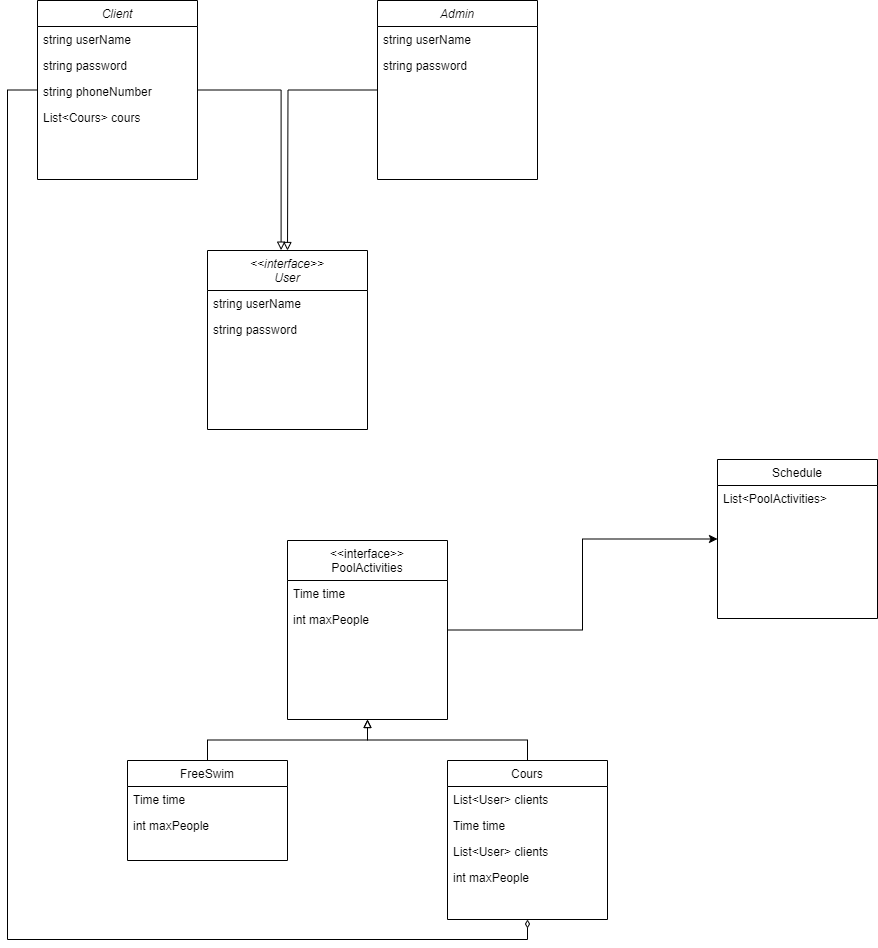
Before: UML.drawio.png, a diagram exported from draw.io (CaptainMehdi/ProjetFinal). Source tidied: cells renumbered, new cells last; positions are measured from the earlier drawing's top-left corner, leaving out a move shared by most shapes.
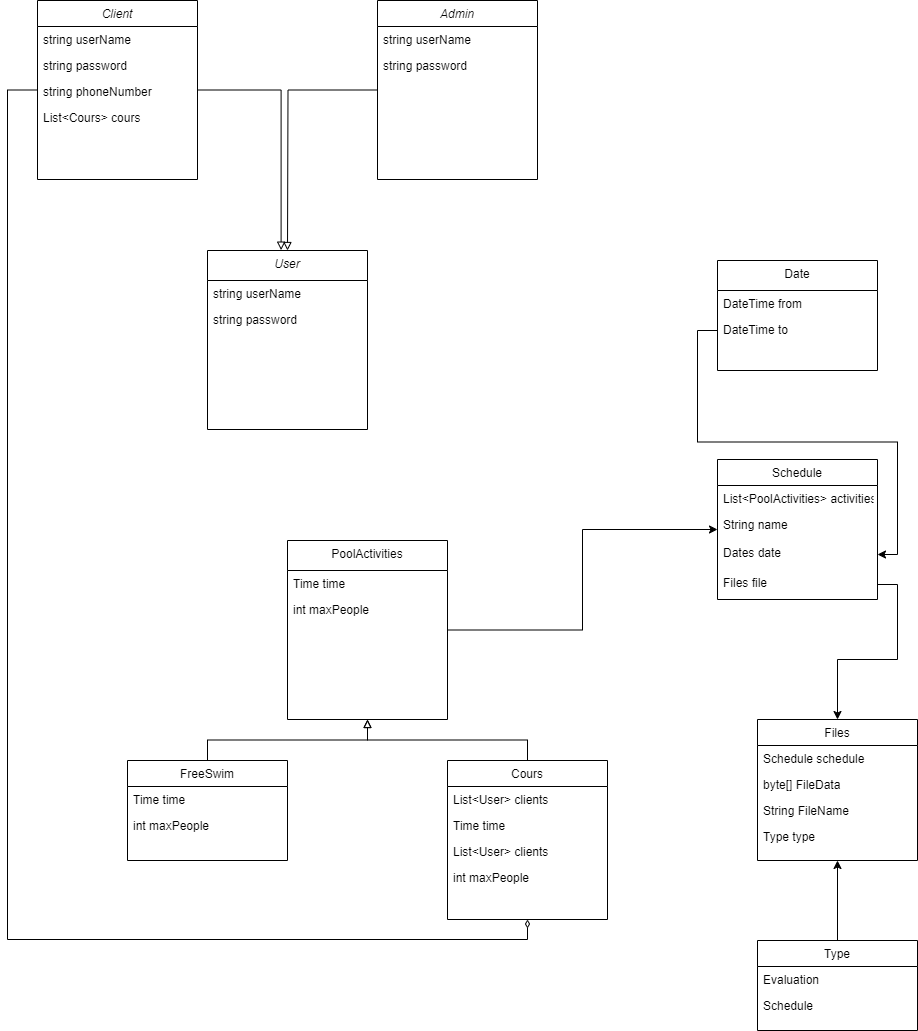
Later version of the same file.

Commit message:
Mettre à jour UML.drawio.png

The edit, as a diff of the source:
```diff
@@ -2,14 +2,14 @@
   <root>
     <mxCell id="0" />
     <mxCell id="1" parent="0" />
-    <mxCell id="2" value="&lt;&lt;interface&gt;&gt;&#10;User" style="swimlane;fontStyle=2;align=center;verticalAlign=top;horizontal=1;startSize=40;rounded=0;shadow=0;strokeWidth=1;" parent="1" vertex="1">
+    <mxCell id="2" value="User" style="swimlane;fontStyle=2;align=center;verticalAlign=top;horizontal=1;startSize=30;rounded=0;shadow=0;strokeWidth=1;" parent="1" vertex="1">
       <mxGeometry x="200" y="250" width="160" height="179" as="geometry" />
     </mxCell>
     <mxCell id="3" value="string userName" style="text;align=left;verticalAlign=top;spacingLeft=4;spacingRight=4;overflow=hidden;" parent="2" vertex="1">
-      <mxGeometry y="40" width="160" height="26" as="geometry" />
+      <mxGeometry y="30" width="160" height="26" as="geometry" />
     </mxCell>
     <mxCell id="4" value="string password" style="text;align=left;verticalAlign=top;spacingLeft=4;spacingRight=4;overflow=hidden;rounded=0;shadow=0;html=0;" parent="2" vertex="1">
-      <mxGeometry y="66" width="160" height="26" as="geometry" />
+      <mxGeometry y="56" width="160" height="26" as="geometry" />
     </mxCell>
     <mxCell id="5" style="edgeStyle=orthogonalEdgeStyle;rounded=0;jettySize=auto;html=1;exitX=0.5;exitY=0;exitDx=0;exitDy=0;entryX=0.5;entryY=1;entryDx=0;entryDy=0;endArrow=block;endFill=0;" parent="1" edge="1" source="6" target="16">
       <mxGeometry relative="1" as="geometry" />
@@ -44,21 +44,30 @@
     <mxCell id="15" style="edgeStyle=orthogonalEdgeStyle;rounded=0;jettySize=auto;html=1;entryX=0;entryY=0.5;entryDx=0;entryDy=0;" parent="1" edge="1" source="16" target="19">
       <mxGeometry relative="1" as="geometry" />
     </mxCell>
-    <mxCell id="16" value="&lt;&lt;interface&gt;&gt;&#10;PoolActivities" style="swimlane;fontStyle=0;align=center;verticalAlign=top;horizontal=1;startSize=40;rounded=0;shadow=0;strokeWidth=1;" parent="1" vertex="1">
+    <mxCell id="16" value="PoolActivities" style="swimlane;fontStyle=0;align=center;verticalAlign=top;horizontal=1;startSize=30;rounded=0;shadow=0;strokeWidth=1;" parent="1" vertex="1">
       <mxGeometry x="280" y="540" width="160" height="179" as="geometry" />
     </mxCell>
     <mxCell id="17" value="Time time" style="text;align=left;verticalAlign=top;spacingLeft=4;spacingRight=4;overflow=hidden;rounded=0;shadow=0;html=0;" parent="16" vertex="1">
-      <mxGeometry y="40" width="160" height="26" as="geometry" />
+      <mxGeometry y="30" width="160" height="26" as="geometry" />
     </mxCell>
     <mxCell id="18" value="int maxPeople" style="text;align=left;verticalAlign=top;spacingLeft=4;spacingRight=4;overflow=hidden;rounded=0;shadow=0;html=0;" parent="16" vertex="1">
-      <mxGeometry y="66" width="160" height="26" as="geometry" />
+      <mxGeometry y="56" width="160" height="26" as="geometry" />
     </mxCell>
     <mxCell id="19" value="Schedule" style="swimlane;fontStyle=0;align=center;verticalAlign=top;horizontal=1;startSize=26;rounded=0;shadow=0;strokeWidth=1;" parent="1" vertex="1">
-      <mxGeometry x="710" y="459" width="160" height="159" as="geometry" />
+      <mxGeometry x="710" y="459" width="160" height="140" as="geometry" />
     </mxCell>
-    <mxCell id="20" value="List&lt;PoolActivities&gt;" style="text;align=left;verticalAlign=top;spacingLeft=4;spacingRight=4;overflow=hidden;rounded=0;shadow=0;html=0;" parent="19" vertex="1">
+    <mxCell id="20" value="List&lt;PoolActivities&gt; activities" style="text;align=left;verticalAlign=top;spacingLeft=4;spacingRight=4;overflow=hidden;rounded=0;shadow=0;html=0;" parent="19" vertex="1">
       <mxGeometry y="26" width="160" height="26" as="geometry" />
     </mxCell>
+    <mxCell id="32" value="String name" style="text;align=left;verticalAlign=top;spacingLeft=4;spacingRight=4;overflow=hidden;rounded=0;shadow=0;html=0;" parent="19" vertex="1">
+      <mxGeometry y="52" width="160" height="28" as="geometry" />
+    </mxCell>
+    <mxCell id="33" value="Dates date" style="text;align=left;verticalAlign=top;spacingLeft=4;spacingRight=4;overflow=hidden;points=[[0,0.5],[1,0.5]];portConstraint=eastwest;rounded=0;shadow=0;html=0;" parent="19" vertex="1">
+      <mxGeometry y="80" width="160" height="30" as="geometry" />
+    </mxCell>
+    <mxCell id="34" value="Files file" style="text;align=left;verticalAlign=top;spacingLeft=4;spacingRight=4;overflow=hidden;points=[[0,0.5],[1,0.5]];portConstraint=eastwest;rounded=0;shadow=0;html=0;" parent="19" vertex="1">
+      <mxGeometry y="110" width="160" height="30" as="geometry" />
+    </mxCell>
     <mxCell id="21" style="edgeStyle=orthogonalEdgeStyle;rounded=0;jettySize=auto;html=1;entryX=0.5;entryY=1;entryDx=0;entryDy=0;endArrow=diamondThin;endFill=0;" parent="1" edge="1" source="22" target="6">
       <mxGeometry relative="1" as="geometry">
         <Array as="points">
@@ -100,5 +109,47 @@
     <mxCell id="31" style="edgeStyle=orthogonalEdgeStyle;rounded=0;jettySize=auto;html=1;entryX=0.46;entryY=-0.002;entryDx=0;entryDy=0;entryPerimeter=0;endArrow=block;endFill=0;" parent="1" edge="1" source="22" target="2">
       <mxGeometry relative="1" as="geometry" />
     </mxCell>
+    <mxCell id="35" value="Files" style="swimlane;fontStyle=0;align=center;verticalAlign=top;horizontal=1;startSize=26;rounded=0;shadow=0;strokeWidth=1;" parent="1" vertex="1">
+      <mxGeometry x="750" y="719" width="160" height="141" as="geometry" />
+    </mxCell>
+    <mxCell id="36" value="Schedule schedule" style="text;align=left;verticalAlign=top;spacingLeft=4;spacingRight=4;overflow=hidden;rounded=0;shadow=0;html=0;" parent="35" vertex="1">
+      <mxGeometry y="26" width="160" height="26" as="geometry" />
+    </mxCell>
+    <mxCell id="37" value="byte[] FileData" style="text;align=left;verticalAlign=top;spacingLeft=4;spacingRight=4;overflow=hidden;rounded=0;shadow=0;html=0;" parent="35" vertex="1">
+      <mxGeometry y="52" width="160" height="26" as="geometry" />
+    </mxCell>
+    <mxCell id="38" value="String FileName" style="text;align=left;verticalAlign=top;spacingLeft=4;spacingRight=4;overflow=hidden;rounded=0;shadow=0;html=0;" parent="35" vertex="1">
+      <mxGeometry y="78" width="160" height="26" as="geometry" />
+    </mxCell>
+    <mxCell id="39" value="Type type" style="text;align=left;verticalAlign=top;spacingLeft=4;spacingRight=4;overflow=hidden;rounded=0;shadow=0;html=0;" parent="35" vertex="1">
+      <mxGeometry y="104" width="160" height="26" as="geometry" />
+    </mxCell>
+    <mxCell id="40" value="Date" style="swimlane;fontStyle=0;align=center;verticalAlign=top;horizontal=1;startSize=30;rounded=0;shadow=0;strokeWidth=1;" parent="1" vertex="1">
+      <mxGeometry x="710" y="260" width="160" height="110" as="geometry" />
+    </mxCell>
+    <mxCell id="41" value="DateTime from" style="text;align=left;verticalAlign=top;spacingLeft=4;spacingRight=4;overflow=hidden;rounded=0;shadow=0;html=0;" parent="40" vertex="1">
+      <mxGeometry y="30" width="160" height="26" as="geometry" />
+    </mxCell>
+    <mxCell id="42" value="DateTime to" style="text;align=left;verticalAlign=top;spacingLeft=4;spacingRight=4;overflow=hidden;points=[[0,0.5],[1,0.5]];portConstraint=eastwest;rounded=0;shadow=0;html=0;" parent="40" vertex="1">
+      <mxGeometry y="56" width="160" height="28" as="geometry" />
+    </mxCell>
+    <mxCell id="43" style="edgeStyle=orthogonalEdgeStyle;rounded=0;jettySize=auto;html=1;" parent="1" edge="1" source="42" target="33">
+      <mxGeometry relative="1" as="geometry" />
+    </mxCell>
+    <mxCell id="44" style="edgeStyle=orthogonalEdgeStyle;rounded=0;jettySize=auto;html=1;" parent="1" edge="1" source="34" target="35">
+      <mxGeometry relative="1" as="geometry" />
+    </mxCell>
+    <mxCell id="45" style="edgeStyle=orthogonalEdgeStyle;rounded=0;jettySize=auto;html=1;entryX=0.5;entryY=1;entryDx=0;entryDy=0;" parent="1" edge="1" source="46" target="35">
+      <mxGeometry relative="1" as="geometry" />
+    </mxCell>
+    <mxCell id="46" value="Type" style="swimlane;fontStyle=0;align=center;verticalAlign=top;horizontal=1;startSize=26;rounded=0;shadow=0;strokeWidth=1;" parent="1" vertex="1">
+      <mxGeometry x="750" y="940" width="160" height="90" as="geometry" />
+    </mxCell>
+    <mxCell id="47" value="Evaluation" style="text;align=left;verticalAlign=top;spacingLeft=4;spacingRight=4;overflow=hidden;rounded=0;shadow=0;html=0;" parent="46" vertex="1">
+      <mxGeometry y="26" width="160" height="26" as="geometry" />
+    </mxCell>
+    <mxCell id="48" value="Schedule" style="text;align=left;verticalAlign=top;spacingLeft=4;spacingRight=4;overflow=hidden;rounded=0;shadow=0;html=0;" parent="46" vertex="1">
+      <mxGeometry y="52" width="160" height="26" as="geometry" />
+    </mxCell>
   </root>
 </mxGraphModel>
```
